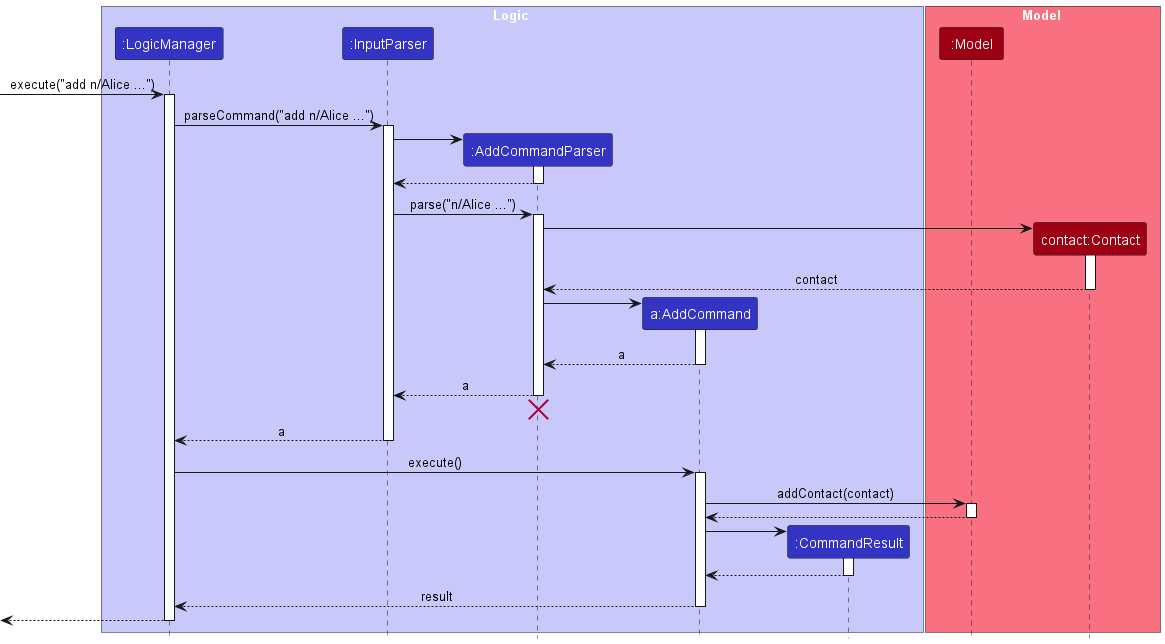
Above: docs/images/AddSequenceDiagram.png in nus-cs2103-AY2324S1/tp (PlantUML), before the change.
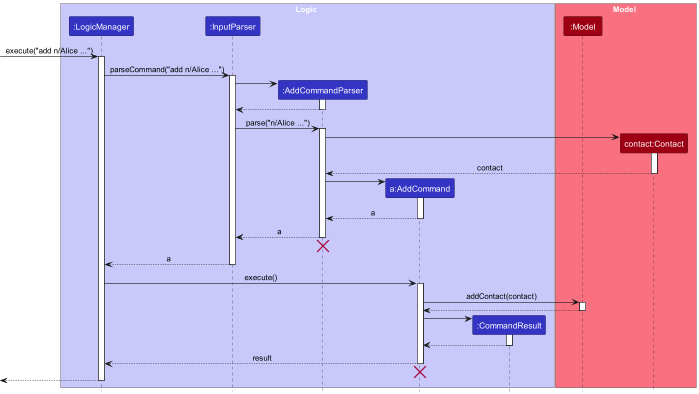
After the change.

What changed in the source:
```diff
@@ -73,7 +73,10 @@
 
 AddCommand --> LogicManager : result
 deactivate AddCommand
+AddCommand -[hidden]-> InputParser
+destroy AddCommand
 
 [<--LogicManager
 deactivate LogicManager
+
 @enduml
```
